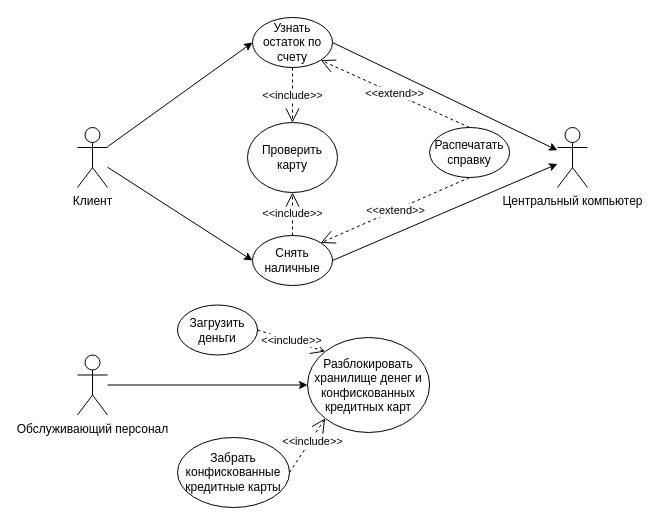
KvoERR/pnrpu-3rd-year keeps this draw.io diagram as папс/Банкомат/Работа с банкоматом.drawio. Above is the earlier version. Source tidied: cells renumbered, new cells numbered last; positions are measured from the earlier drawing's top-left corner, leaving out a move shared by most shapes. Both pictures are drawn from the tidied source at 100%, with x=0, y=0 at pixel (77, 17).
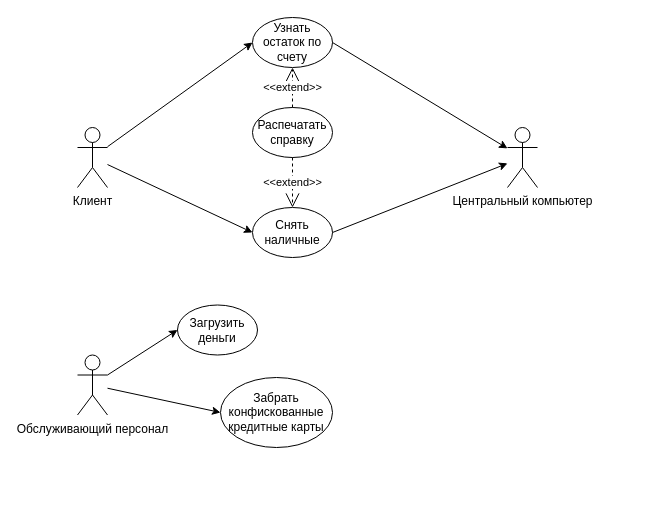
Above is the later version.

The change refers to these unchanged cells:
```xml
<mxCell id="4" value="Узнать остаток по счету" style="ellipse;whiteSpace=wrap;html=1;" parent="1" vertex="1">
  <mxGeometry x="175" width="80" height="50" as="geometry" />
</mxCell>
<mxCell id="12" value="Обслуживающий персонал" style="shape=umlActor;verticalLabelPosition=bottom;verticalAlign=top;html=1;outlineConnect=0;" parent="1" vertex="1">
  <mxGeometry y="337.5" width="30" height="60" as="geometry" />
</mxCell>
<mxCell id="13" value="Загрузить деньги" style="ellipse;whiteSpace=wrap;html=1;" parent="1" vertex="1">
  <mxGeometry x="100" y="287.5" width="80" height="50" as="geometry" />
</mxCell>
```

Change to the diagram source:
```diff
@@
     <mxCell id="3" value="Снять наличные" style="ellipse;whiteSpace=wrap;html=1;" parent="1" vertex="1">
-      <mxGeometry x="175" y="218" width="80" height="50" as="geometry" />
+      <mxGeometry x="175" y="190" width="80" height="50" as="geometry" />
     </mxCell>
@@
-    <mxCell id="5" value="Проверить карту" style="ellipse;whiteSpace=wrap;html=1;" parent="1" vertex="1">
-      <mxGeometry x="170" y="105" width="90" height="70" as="geometry" />
-    </mxCell>
     <mxCell id="6" value="Центральный компьютер" style="shape=umlActor;verticalLabelPosition=bottom;verticalAlign=top;html=1;outlineConnect=0;" parent="1" vertex="1">
-      <mxGeometry x="480" y="110" width="30" height="60" as="geometry" />
+      <mxGeometry x="430" y="110" width="30" height="60" as="geometry" />
     </mxCell>
@@
     <mxCell id="9" value="Распечатать справку" style="ellipse;whiteSpace=wrap;html=1;" parent="1" vertex="1">
-      <mxGeometry x="352.1" y="110" width="80" height="50" as="geometry" />
+      <mxGeometry x="175" y="90" width="80" height="50" as="geometry" />
     </mxCell>
-    <mxCell id="10" value="&amp;lt;&amp;lt;extend&amp;gt;&amp;gt;" style="endArrow=open;endSize=12;dashed=1;html=1;rounded=0;entryX=1;entryY=0;entryDx=0;entryDy=0;exitX=0.5;exitY=1;exitDx=0;exitDy=0;" parent="1" edge="1" source="9" target="3">
+    <mxCell id="10" value="&amp;lt;&amp;lt;extend&amp;gt;&amp;gt;" style="endArrow=open;endSize=12;dashed=1;html=1;rounded=0;entryX=0.5;entryY=0;entryDx=0;entryDy=0;exitX=0.5;exitY=1;exitDx=0;exitDy=0;" parent="1" edge="1" source="9" target="3">
       <mxGeometry relative="1" as="geometry" />
     </mxCell>
-    <mxCell id="11" style="edgeStyle=orthogonalEdgeStyle;rounded=0;jettySize=auto;html=1;" parent="1" edge="1" source="12" target="16">
-      <mxGeometry relative="1" as="geometry" />
-    </mxCell>
@@
     <mxCell id="14" value="Забрать конфискованные кредитные карты" style="ellipse;whiteSpace=wrap;html=1;" parent="1" vertex="1">
-      <mxGeometry x="100" y="420" width="112" height="70" as="geometry" />
+      <mxGeometry x="143" y="360" width="112" height="70" as="geometry" />
     </mxCell>
-    <mxCell id="15" value="&amp;lt;&amp;lt;extend&amp;gt;&amp;gt;" style="endArrow=open;endSize=12;dashed=1;html=1;rounded=0;entryX=1;entryY=1;entryDx=0;entryDy=0;exitX=0.5;exitY=0;exitDx=0;exitDy=0;" parent="1" edge="1" source="9" target="4">
+    <mxCell id="15" value="&amp;lt;&amp;lt;extend&amp;gt;&amp;gt;" style="endArrow=open;endSize=12;dashed=1;html=1;rounded=0;entryX=0.5;entryY=1;entryDx=0;entryDy=0;exitX=0.5;exitY=0;exitDx=0;exitDy=0;" parent="1" edge="1" source="9" target="4">
       <mxGeometry relative="1" as="geometry" />
     </mxCell>
-    <mxCell id="16" value="Разблокировать хранилище денег и конфискованных кредитных карт" style="ellipse;whiteSpace=wrap;html=1;" parent="1" vertex="1">
-      <mxGeometry x="230" y="320" width="122.1" height="95" as="geometry" />
-    </mxCell>
-    <mxCell id="17" value="&amp;lt;&amp;lt;include&amp;gt;&amp;gt;" style="endArrow=open;endSize=12;dashed=1;html=1;rounded=0;exitX=1;exitY=0.5;exitDx=0;exitDy=0;entryX=0;entryY=0;entryDx=0;entryDy=0;" parent="1" edge="1" source="13" target="16">
-      <mxGeometry relative="1" as="geometry" />
-    </mxCell>
-    <mxCell id="18" value="&amp;lt;&amp;lt;include&amp;gt;&amp;gt;" style="endArrow=open;endSize=12;dashed=1;html=1;rounded=0;entryX=0;entryY=1;entryDx=0;entryDy=0;exitX=1;exitY=0.5;exitDx=0;exitDy=0;" parent="1" edge="1" source="14" target="16">
-      <mxGeometry x="0.19" y="-2" relative="1" as="geometry" />
-    </mxCell>
@@
-    <mxCell id="21" value="&amp;lt;&amp;lt;include&amp;gt;&amp;gt;" style="endArrow=open;endSize=12;dashed=1;html=1;rounded=0;exitX=0.5;exitY=1;exitDx=0;exitDy=0;" parent="1" edge="1" source="4" target="5">
-      <mxGeometry relative="1" as="geometry" />
-    </mxCell>
-    <mxCell id="22" value="&amp;lt;&amp;lt;include&amp;gt;&amp;gt;" style="endArrow=open;endSize=12;dashed=1;html=1;rounded=0;exitX=0.5;exitY=0;exitDx=0;exitDy=0;entryX=0.5;entryY=1;entryDx=0;entryDy=0;" parent="1" edge="1" source="3" target="5">
-      <mxGeometry relative="1" as="geometry" />
-    </mxCell>
+    <mxCell id="23" style="endArrow=classic;html=1;rounded=0;entryX=0;entryY=0.5;entryDx=0;entryDy=0;exitX=1;exitY=0.3333333333333333;exitDx=0;exitDy=0;exitPerimeter=0;" parent="1" edge="1" source="12" target="13">
+      <mxGeometry relative="1" as="geometry" />
+    </mxCell>
+    <mxCell id="24" style="endArrow=classic;html=1;rounded=0;entryX=0;entryY=0.5;entryDx=0;entryDy=0;" parent="1" edge="1" source="12" target="14">
+      <mxGeometry relative="1" as="geometry" />
+    </mxCell>
```
